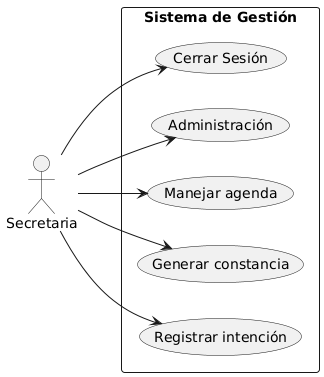
EGA-SUPREMO/Sistema-de-Gestion-Parroquial keeps this PlantUML diagram as Documentacion/casos de uso.png. Above is the earlier version.
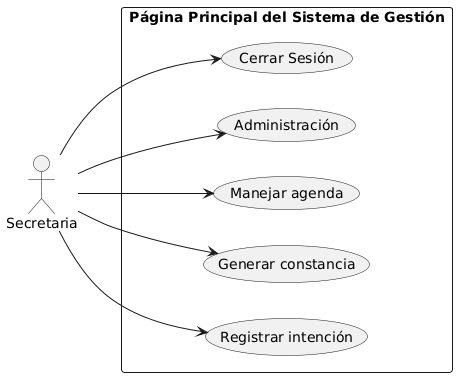
After the change.

Commit message:
actualizar casos de uso y borrar casos de uso descripcion

Change to the diagram source:
```diff
@@ -3,7 +3,7 @@
 
 actor Secretaria
 
-rectangle "Sistema de Gestión" {
+rectangle "Página Principal del Sistema de Gestión" {
   usecase "Registrar intención" as UC1
   usecase "Generar constancia" as UC2
   usecase "Manejar agenda" as UC3
```
